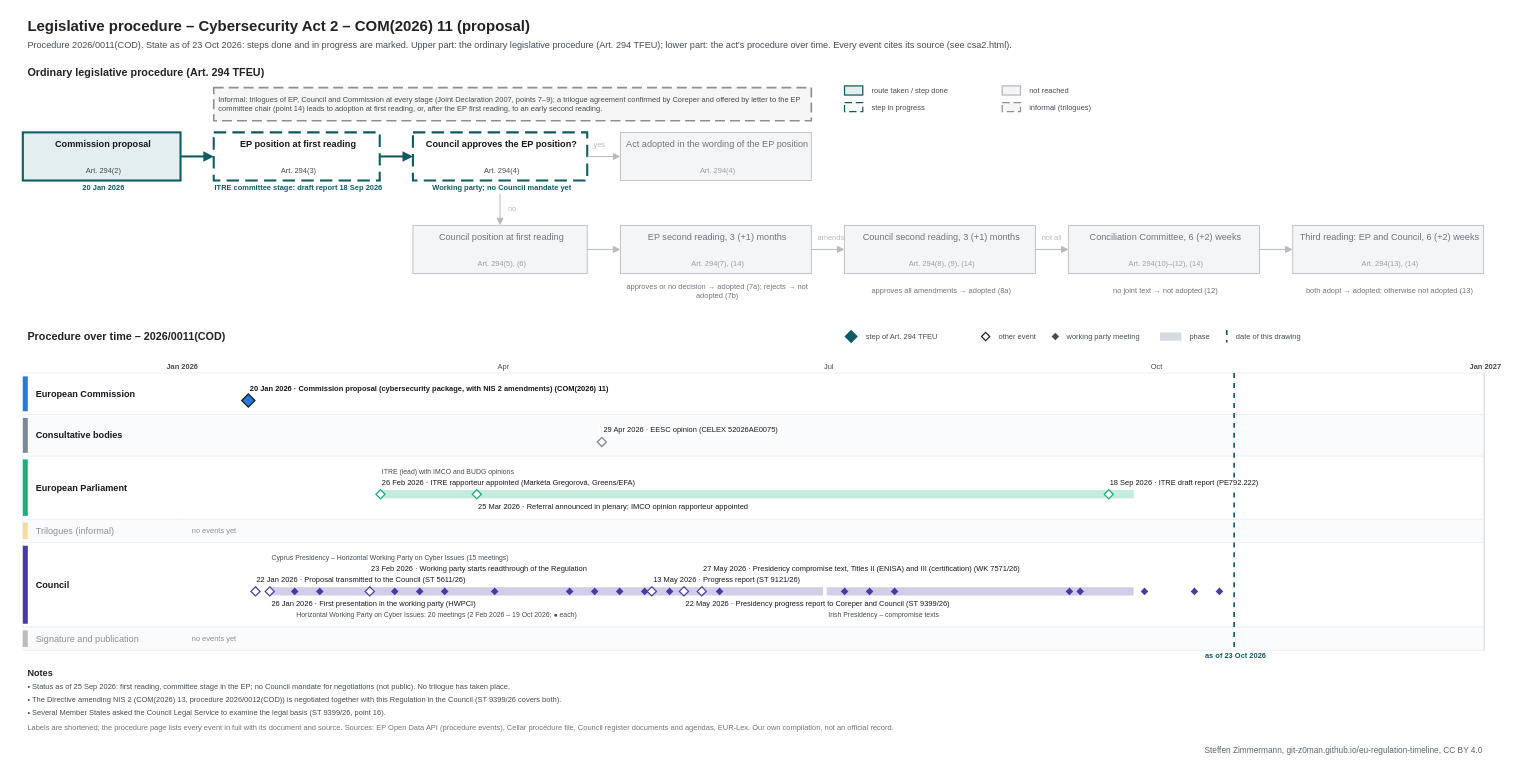
Before: procedures/csa2.drawio in git-z0man/eu-regulation-timeline, a draw.io diagram. Source tidied: cells renumbered, new cells numbered last; positions are measured from the earlier drawing's top-left corner, leaving out a move shared by most shapes. Both pictures are drawn from the tidied source at 83%, with x=0, y=0 at pixel (14, 14).
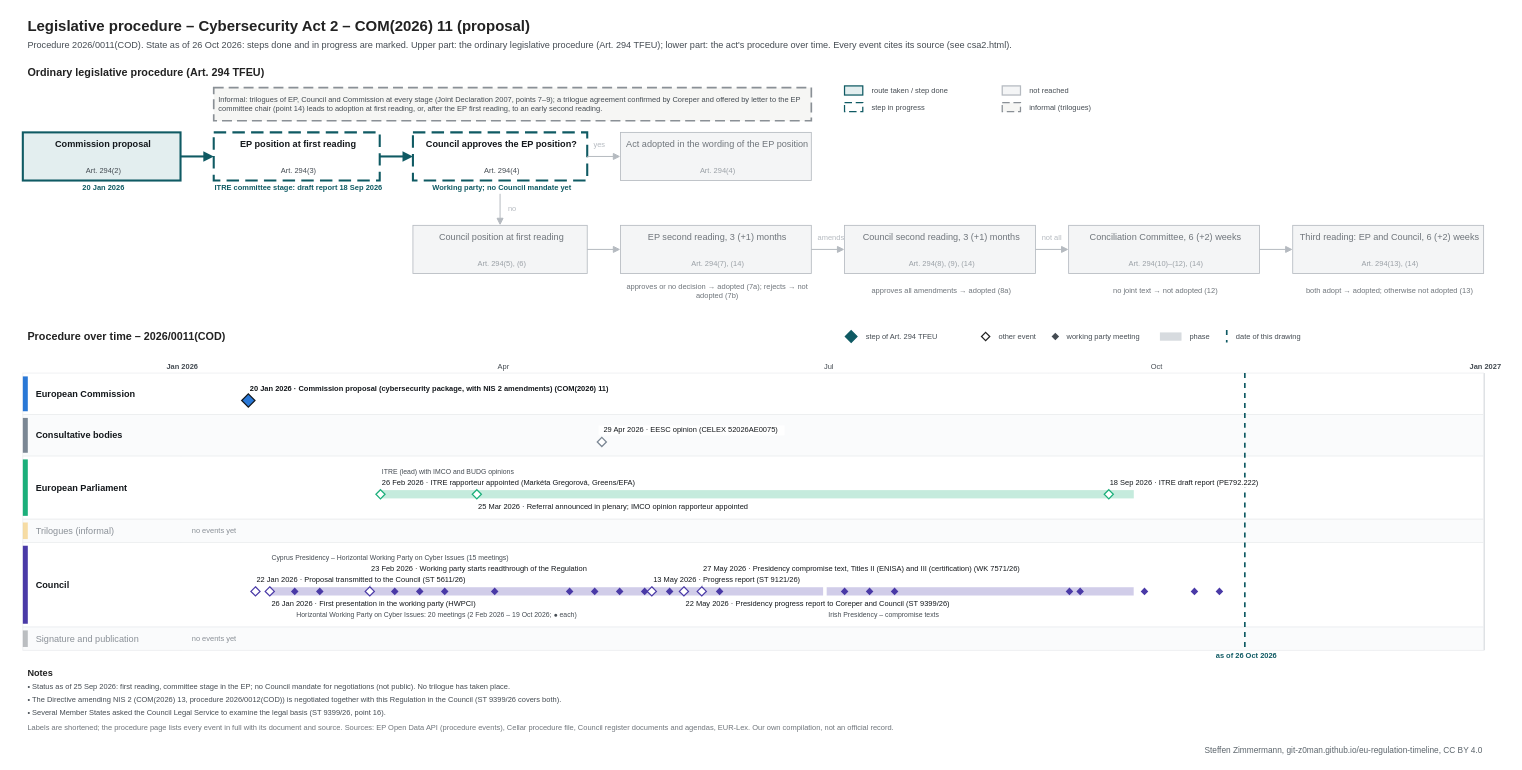
After the change.

What changed in the source:
```diff
@@
-    <mxCell id="3" value="Procedure 2026/0011(COD). State as of 23 Oct 2026: steps done and in progress are marked. Upper part: the ordinary legislative procedure (Art. 294 TFEU); lower part: the act's procedure over time. Every event cites its source (see csa2.html)." style="text;html=1;fontSize=11;fontColor=#454c53;align=left;verticalAlign=middle;spacingLeft=4;" parent="1" vertex="1">
+    <mxCell id="3" value="Procedure 2026/0011(COD). State as of 26 Oct 2026: steps done and in progress are marked. Upper part: the ordinary legislative procedure (Art. 294 TFEU); lower part: the act's procedure over time. Every event cites its source (see csa2.html)." style="text;html=1;fontSize=11;fontColor=#454c53;align=left;verticalAlign=middle;spacingLeft=4;" parent="1" vertex="1">
       <mxGeometry x="10" y="28" width="1700" height="18" as="geometry" />
     </mxCell>
@@
     <mxCell id="110" style="line;html=1;strokeWidth=2;strokeColor=#0f5a63;direction=south;dashed=1;" parent="1" vertex="1">
-      <mxGeometry x="1468.9" y="432" width="1" height="334" as="geometry" />
+      <mxGeometry x="1481.8" y="432" width="1" height="334" as="geometry" />
     </mxCell>
-    <mxCell id="111" value="as of 23 Oct 2026" style="text;html=1;fontSize=9;fontColor=#0f5a63;align=center;verticalAlign=middle;spacingLeft=4;fontStyle=1;" parent="1" vertex="1">
-      <mxGeometry x="1408.9" y="767" width="120" height="12" as="geometry" />
+    <mxCell id="111" value="as of 26 Oct 2026" style="text;html=1;fontSize=9;fontColor=#0f5a63;align=center;verticalAlign=middle;spacingLeft=4;fontStyle=1;" parent="1" vertex="1">
+      <mxGeometry x="1421.8" y="767" width="120" height="12" as="geometry" />
     </mxCell>
```
